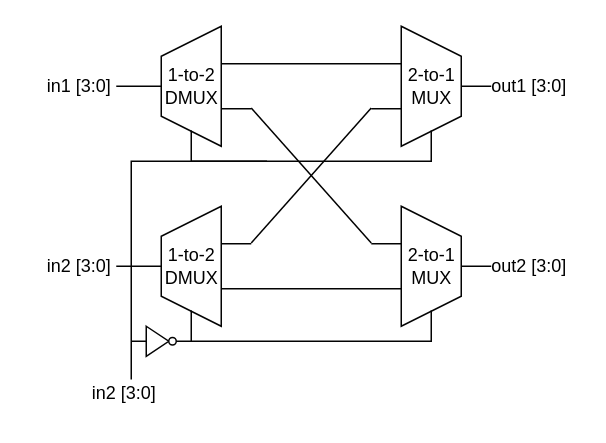
Earlier version of the draw.io diagram LAB_1/LAB_1.srcs/sources_1/new/Crossbar_2x2.dio (SamTech37/HD-Lab-Team30). Source tidied: cells renumbered, new cells numbered last; positions are measured from the earlier drawing's top-left corner, leaving out a move shared by most shapes. Both pictures are drawn from the tidied source at 150%, with x=0, y=0 at pixel (26, 56).
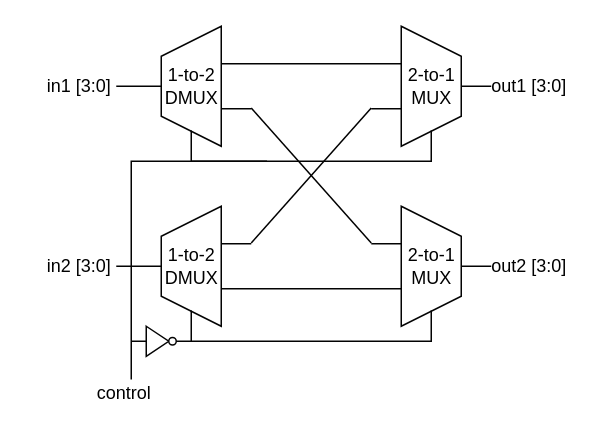
Above is the later version.

Diff of the diagram source:
```diff
@@
-    <mxCell id="29" value="&lt;font color=&quot;#000000&quot;&gt;in2 [3:0]&lt;br&gt;&lt;/font&gt;" style="text;html=1;align=center;verticalAlign=middle;strokeColor=none;fillColor=none;" parent="1" vertex="1">
-      <mxGeometry x="30" y="210" width="70" height="30" as="geometry" />
+    <mxCell id="29" value="&lt;font color=&quot;#000000&quot;&gt;control&lt;br&gt;&lt;/font&gt;" style="text;html=1;align=center;verticalAlign=middle;strokeColor=none;fillColor=none;" parent="1" vertex="1">
+      <mxGeometry x="38" y="212" width="54" height="26" as="geometry" />
     </mxCell>
```
